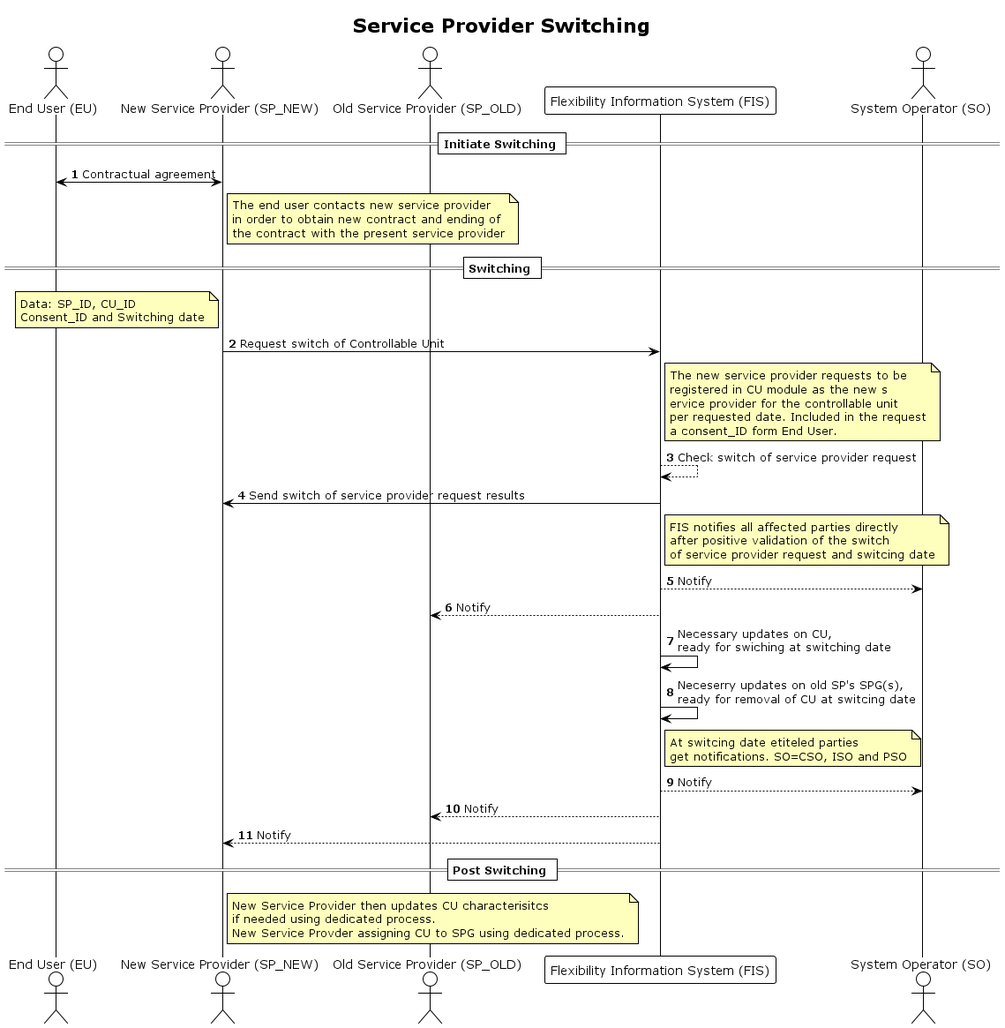
Earlier version of the PlantUML export docs/diagrams/service_provider_switching.png (elhub/flex-information-system).
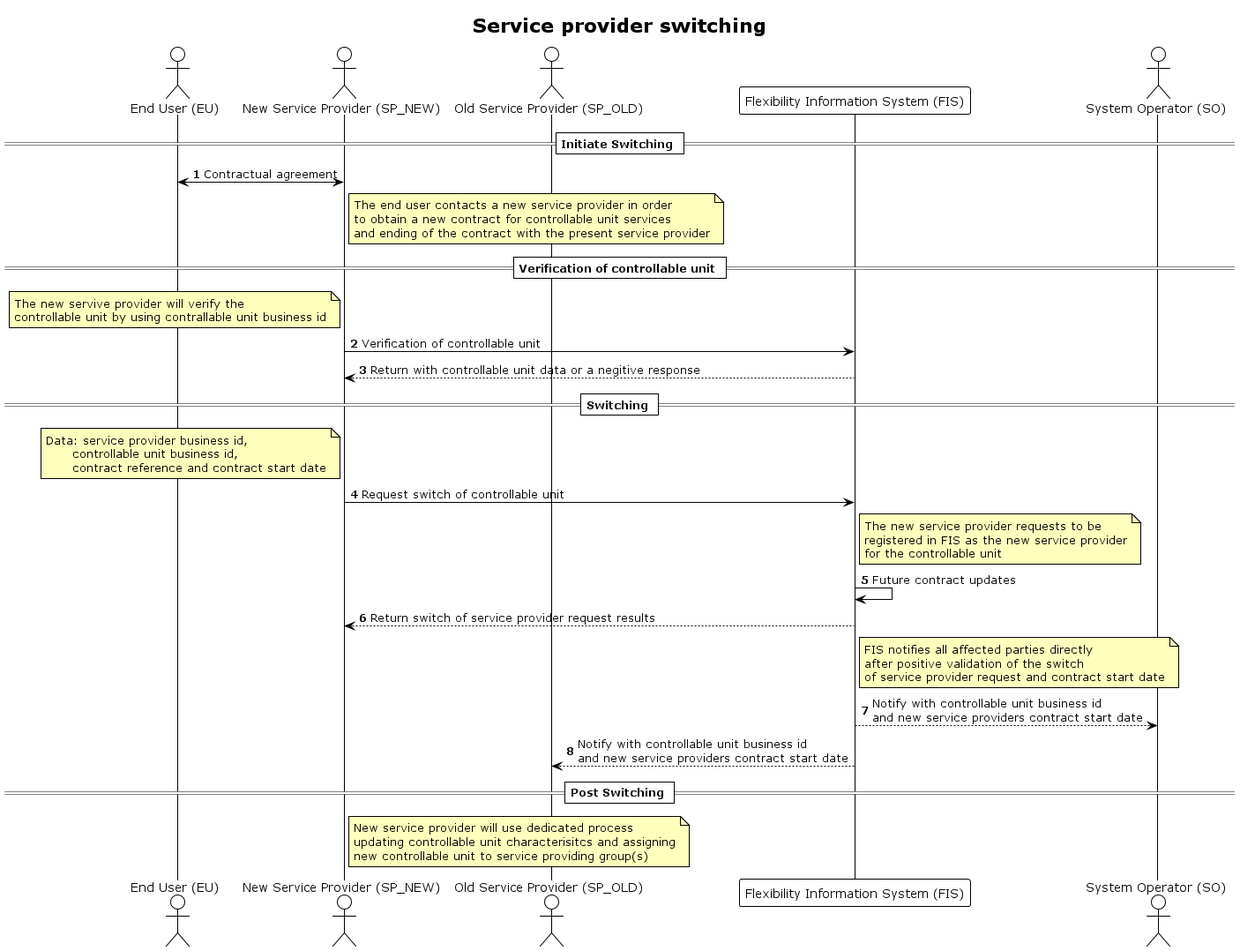
Later version of the same file.

What changed in the source:
```diff
@@ -1,7 +1,7 @@
 @startuml service_provider_switching
 !theme plain
 
-title Service Provider Switching
+title Service provider switching
 
 autonumber
 skinparam note {
@@ -19,49 +19,51 @@
 
 EU <-> SP_NEW: Contractual agreement
 Note right SP_NEW
-    The end user contacts new service provider
-    in order to obtain new contract and ending of
-    the contract with the present service provider
+    The end user contacts a new service provider in order
+    to obtain a new contract for controllable unit services
+    and ending of the contract with the present service provider
+end note
+== Verification of controllable unit ==
+
+Note left SP_NEW
+    The new servive provider will verify the
+    controllable unit by using contrallable unit business id
 end note
 
+SP_NEW -> FIS: Verification of controllable unit
+FIS --> SP_NEW: Return with controllable unit data or a negitive response
+
 == Switching ==
+
 Note left SP_NEW
-    Data: SP_ID, CU_ID
-    Consent_ID and Switching date
+    Data: service provider business id,
+          controllable unit business id,
+          contract reference and contract start date
 end note
-SP_NEW -> FIS: Request switch of Controllable Unit
+SP_NEW -> FIS: Request switch of controllable unit
 Note right FIS
     The new service provider requests to be
-    registered in CU module as the new s
-    ervice provider for the controllable unit
-    per requested date. Included in the request
-    a consent_ID form End User.
+    registered in FIS as the new service provider
+    for the controllable unit
 end note
 
-FIS --> FIS: Check switch of service provider request
-FIS -> SP_NEW: Send switch of service provider request results
+FIS -> FIS: Future contract updates
+FIS --> SP_NEW: Return switch of service provider request results
 Note right FIS
     FIS notifies all affected parties directly
     after positive validation of the switch
-    of service provider request and switcing date
+    of service provider request and contract start date
 end note
-FIS --> SO: Notify
-FIS --> SP_OLD: Notify
-FIS -> FIS: Necessary updates on CU, \nready for swiching at switching date
-FIS -> FIS: Neceserry updates on old SP's SPG(s), \nready for removal of CU at switcing date
 
-Note right FIS
-    At switcing date etiteled parties
-    get notifications. SO=CSO, ISO and PSO
-end note
-FIS --> SO: Notify
-FIS --> SP_OLD: Notify
-FIS --> SP_NEW: Notify
+FIS --> SO: Notify with controllable unit business id \nand new service providers contract start date
+FIS --> SP_OLD: Notify with controllable unit business id \nand new service providers contract start date
+
+
 == Post Switching ==
 Note right SP_NEW
-    New Service Provider then updates CU characterisitcs
-    if needed using dedicated process.
-    New Service Provder assigning CU to SPG using dedicated process.
+    New service provider will use dedicated process
+    updating controllable unit characterisitcs and assigning
+    new controllable unit to service providing group(s)
 end note
 
 @enduml
```
